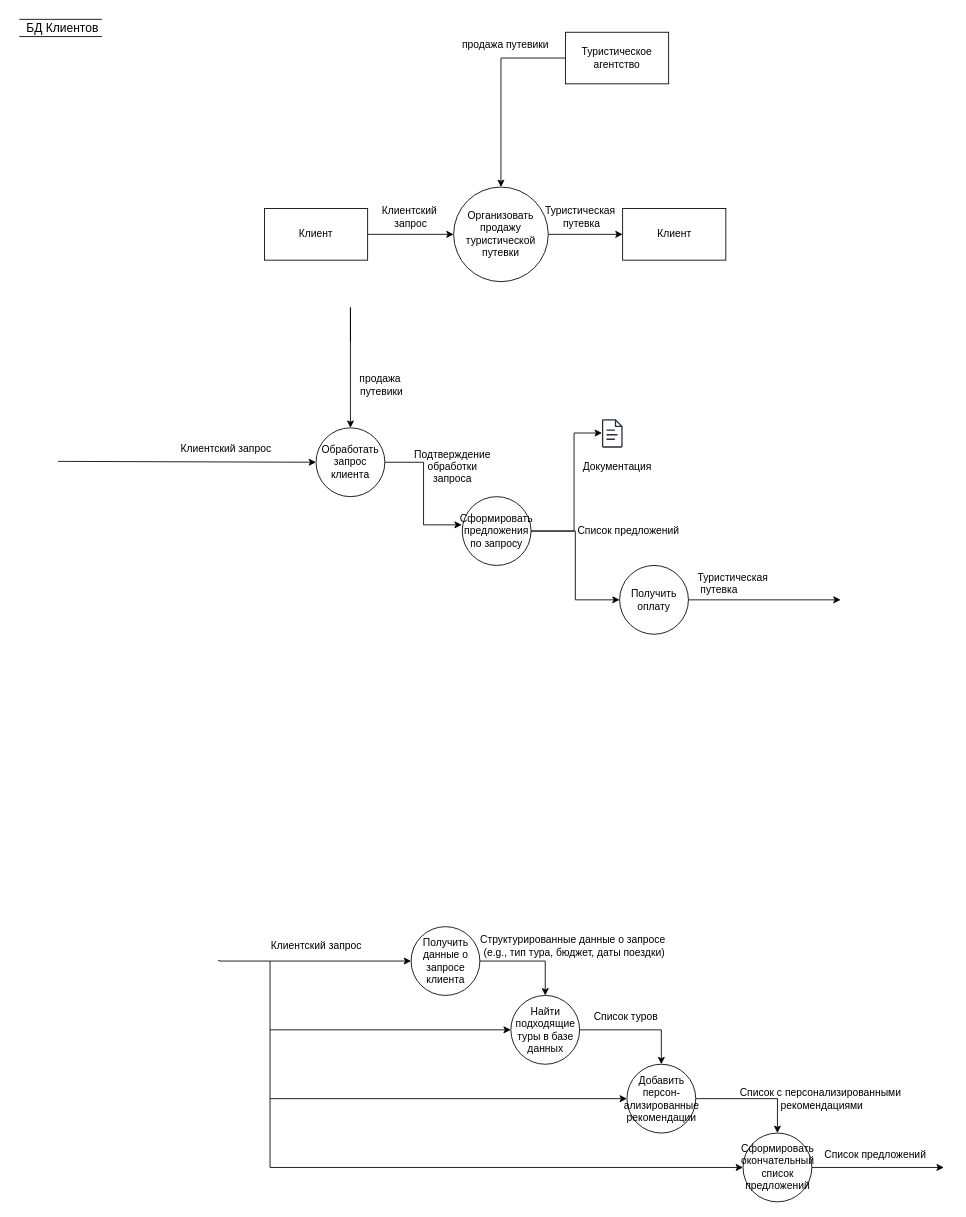
Before: 23_business_modeling.drawio in mati-tech/draw.io, a draw.io diagram. Source tidied: cells renumbered, new cells numbered last; positions are measured from the earlier drawing's top-left corner, leaving out a move shared by most shapes. Both pictures are drawn from the tidied source at 86%, with x=0, y=0 at pixel (15, 15).
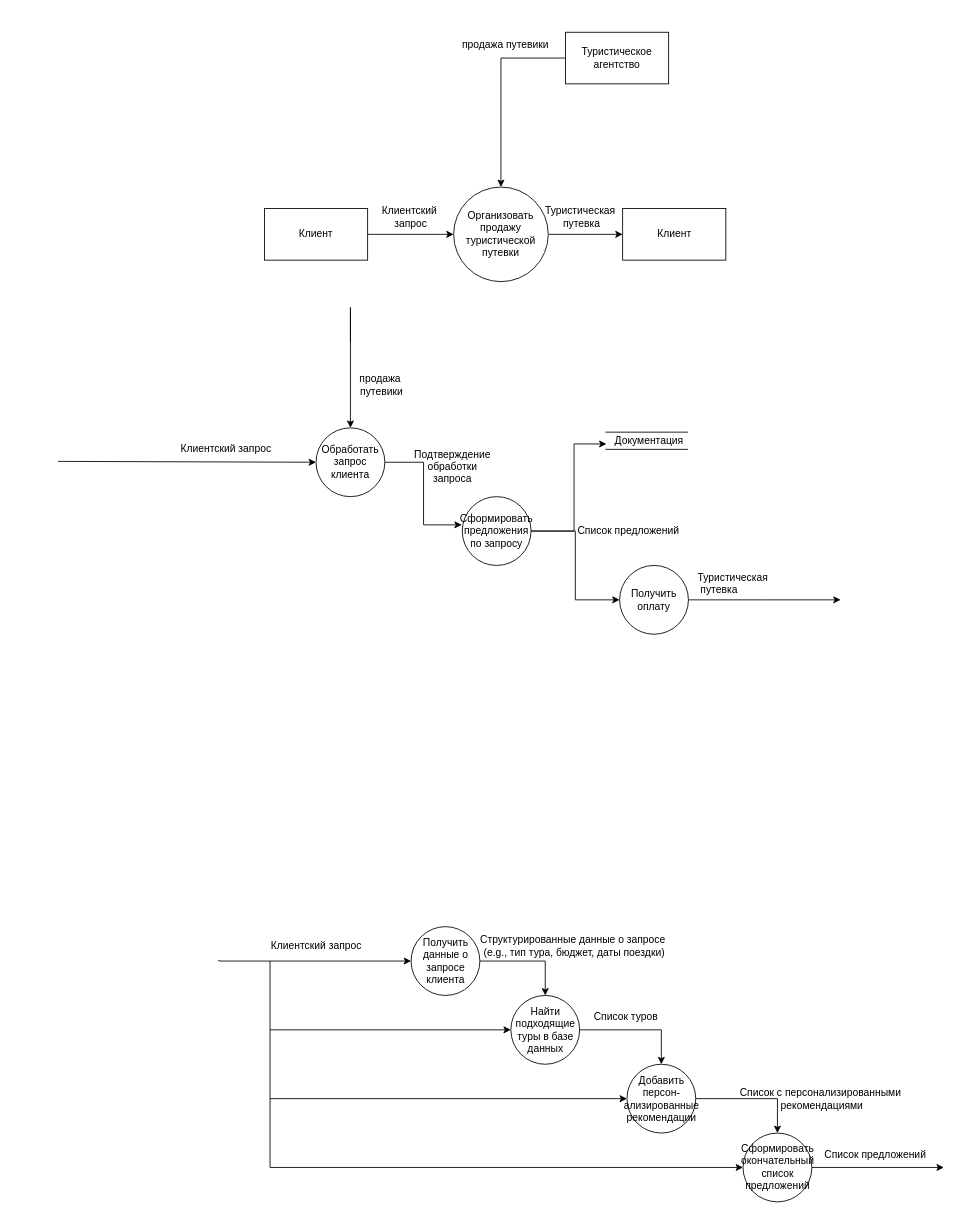
Above is the later version.

The change refers to these unchanged cells:
```xml
<mxCell id="11" value="Сформировать предложения по запросу" style="ellipse;whiteSpace=wrap;html=1;" parent="1" vertex="1">
  <mxGeometry x="520" y="560" width="80" height="80" as="geometry" />
</mxCell>
```

Change to the diagram source:
```diff
@@
-    <mxCell id="10" style="edgeStyle=orthogonalEdgeStyle;rounded=0;jettySize=auto;html=1;" parent="1" edge="1" source="11" target="46">
+    <mxCell id="10" style="edgeStyle=orthogonalEdgeStyle;rounded=0;jettySize=auto;html=1;entryX=0.012;entryY=0.624;entryDx=0;entryDy=0;entryPerimeter=0;" parent="1" edge="1" source="11" target="40">
       <mxGeometry relative="1" as="geometry">
         <Array as="points">
           <mxPoint x="650" y="600" />
-          <mxPoint x="650" y="486" />
+          <mxPoint x="650" y="499" />
         </Array>
       </mxGeometry>
     </mxCell>
@@
     <mxCell id="38" style="line;strokeWidth=1;dashed=0;labelPosition=right;align=left;verticalAlign=middle;spacingTop=0;spacingLeft=6;" parent="1" vertex="1">
-      <mxGeometry x="5" y="20" width="96" height="10" as="geometry" />
+      <mxGeometry x="686.5" y="500" width="96" height="10" as="geometry" />
     </mxCell>
     <mxCell id="39" style="line;strokeWidth=1;dashed=0;labelPosition=right;align=left;verticalAlign=middle;spacingTop=0;spacingLeft=6;" parent="1" vertex="1">
-      <mxGeometry x="5" width="96" height="10" as="geometry" />
+      <mxGeometry x="686.5" y="480" width="96" height="10" as="geometry" />
     </mxCell>
-    <mxCell id="40" value="&lt;font style=&quot;font-size: 14px;&quot;&gt;БД Клиентов&lt;/font&gt;" style="text;html=1;align=center;verticalAlign=middle;points=[];strokeColor=none;fillColor=none;" parent="1" vertex="1">
-      <mxGeometry width="110" height="30" as="geometry" />
+    <mxCell id="40" value="Документация" style="text;html=1;align=center;verticalAlign=middle;points=[];strokeColor=none;fillColor=none;" parent="1" vertex="1">
+      <mxGeometry x="686.5" y="480" width="100" height="30" as="geometry" />
     </mxCell>
@@
-    <mxCell id="46" style="sketch=0;outlineConnect=0;fontColor=#232F3E;gradientColor=none;fillColor=#232F3D;strokeColor=none;dashed=0;verticalLabelPosition=bottom;verticalAlign=top;align=center;html=1;fontSize=12;fontStyle=0;shape=mxgraph.aws4.document;" parent="1" vertex="1">
-      <mxGeometry x="682.4" y="470" width="24.1" height="33" as="geometry" />
-    </mxCell>
-    <mxCell id="47" value="Документация" style="text;html=1;align=center;verticalAlign=middle;strokeColor=none;fillColor=none;" parent="1" vertex="1">
-      <mxGeometry x="650" y="510" width="100" height="30" as="geometry" />
-    </mxCell>
```
